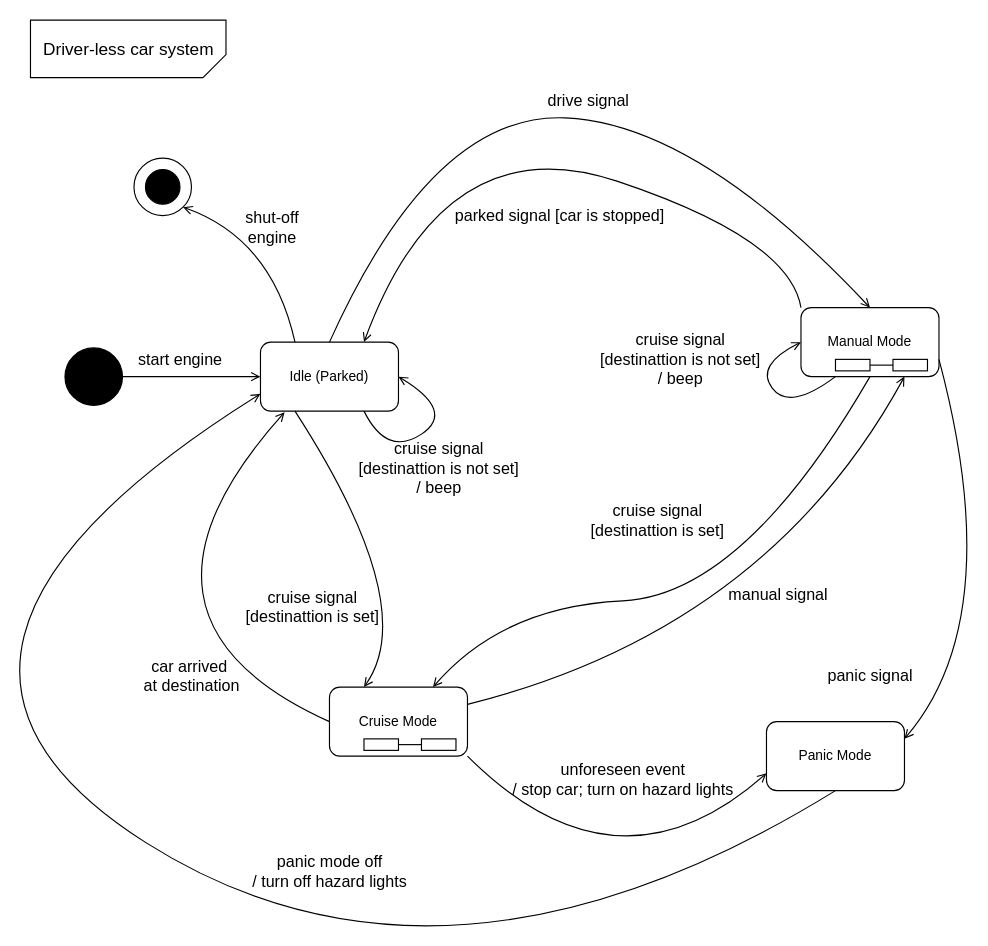
This is page "top-level" (1 of 5) of state-diagram.drawio from gordonpn/soen331-assignment2, a draw.io file, before an edit. Source tidied: cells renumbered, new cells numbered last; positions are measured from the earlier drawing's top-left corner, leaving out a move shared by most shapes. Both pictures are drawn from the tidied source at 115%, with x=0, y=0 at pixel (-154, 20).
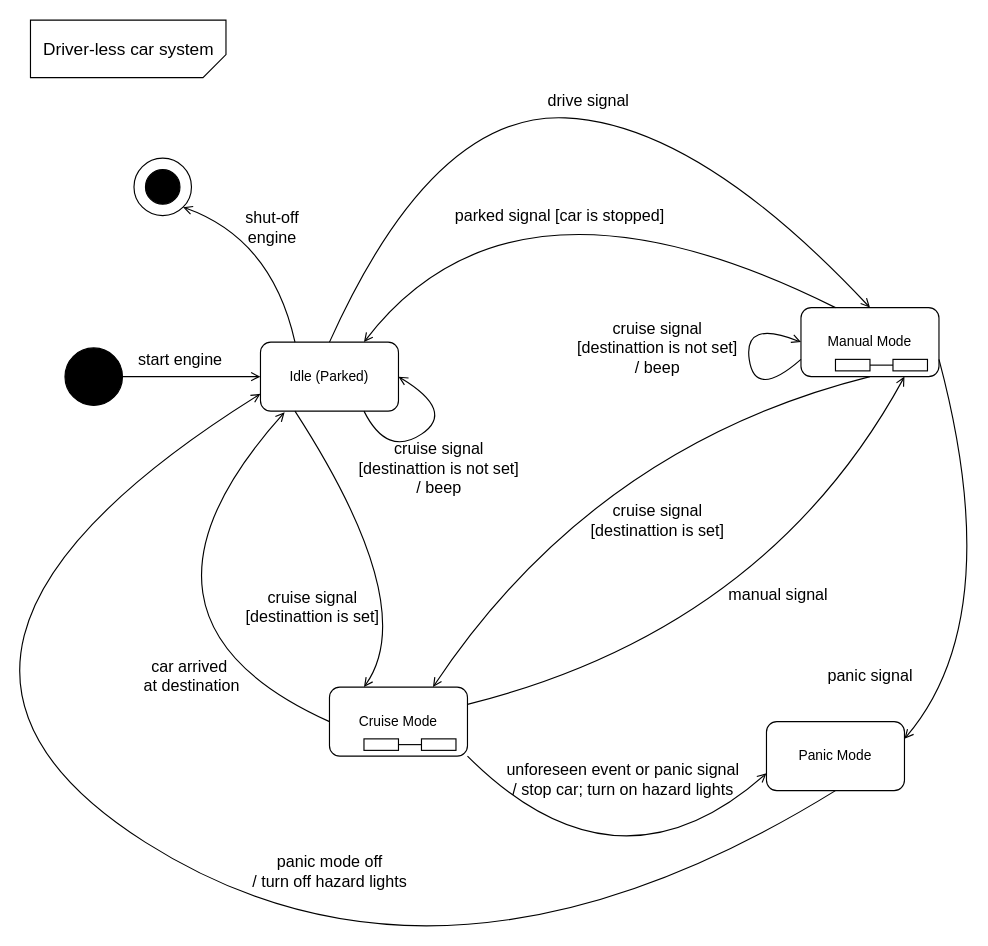
The same page after the edit.

Unchanged cells that the change refers to:
```xml
<mxCell id="5" value="Idle (Parked)" style="rounded=1;whiteSpace=wrap;html=1;shadow=0;strokeColor=#000000;fillColor=#FFFFFF;align=center;" parent="1" vertex="1">
  <mxGeometry x="360" y="280" width="120" height="60" as="geometry" />
</mxCell>
<mxCell id="6" value="Manual Mode" style="rounded=1;whiteSpace=wrap;html=1;shadow=0;strokeColor=#000000;fillColor=#FFFFFF;align=center;" parent="1" vertex="1">
  <mxGeometry x="830" y="250" width="120" height="60" as="geometry" />
</mxCell>
<mxCell id="7" value="Cruise Mode" style="rounded=1;whiteSpace=wrap;html=1;shadow=0;strokeColor=#000000;fillColor=#FFFFFF;align=center;" parent="1" vertex="1">
  <mxGeometry x="420" y="580" width="120" height="60" as="geometry" />
</mxCell>
```

Change to the diagram source:
```diff
@@
     <mxCell id="25" value="&lt;font style=&quot;font-size: 14px&quot;&gt;cruise signal &lt;br&gt;[destinattion is not set]&lt;br&gt;/ beep&lt;br&gt;&lt;/font&gt;" style="text;html=1;align=center;verticalAlign=middle;direction=south;" parent="1" vertex="1">
-      <mxGeometry x="650" y="270" width="150" height="50" as="geometry" />
+      <mxGeometry x="630" y="260" width="150" height="50" as="geometry" />
     </mxCell>
-    <mxCell id="26" style="curved=1;endArrow=open;html=1;entryX=0;entryY=0.5;entryDx=0;entryDy=0;exitX=0.25;exitY=1;exitDx=0;exitDy=0;endFill=0;" parent="1" edge="1" source="6" target="6">
+    <mxCell id="26" style="curved=1;endArrow=open;html=1;entryX=0;entryY=0.5;entryDx=0;entryDy=0;exitX=0;exitY=0.75;exitDx=0;exitDy=0;endFill=0;" parent="1" edge="1" source="6" target="6">
       <mxGeometry relative="1" as="geometry">
         <Array as="points">
-          <mxPoint x="820" y="340" />
-          <mxPoint x="790" y="300" />
+          <mxPoint x="790" y="330" />
+          <mxPoint x="780" y="260" />
         </Array>
       </mxGeometry>
     </mxCell>
@@
     <mxCell id="28" style="curved=1;endArrow=open;html=1;entryX=0.75;entryY=0;entryDx=0;entryDy=0;exitX=0.5;exitY=1;exitDx=0;exitDy=0;endFill=0;" parent="1" edge="1" source="6" target="7">
       <mxGeometry relative="1" as="geometry">
         <Array as="points">
-          <mxPoint x="780" y="500" />
-          <mxPoint x="570" y="510" />
+          <mxPoint x="650" y="370" />
         </Array>
       </mxGeometry>
     </mxCell>
@@
-    <mxCell id="31" style="curved=1;endArrow=none;html=1;endFill=0;entryX=0;entryY=0;entryDx=0;entryDy=0;exitX=0.75;exitY=0;exitDx=0;exitDy=0;startArrow=open;startFill=0;" parent="1" edge="1" source="5" target="6">
+    <mxCell id="31" style="curved=1;endArrow=none;html=1;endFill=0;entryX=0.25;entryY=0;entryDx=0;entryDy=0;exitX=0.75;exitY=0;exitDx=0;exitDy=0;startArrow=open;startFill=0;" parent="1" edge="1" source="5" target="6">
       <mxGeometry relative="1" as="geometry">
         <Array as="points">
-          <mxPoint x="520" y="90" />
-          <mxPoint x="820" y="190" />
+          <mxPoint x="580" y="110" />
         </Array>
       </mxGeometry>
     </mxCell>
@@
-    <mxCell id="34" value="&lt;font style=&quot;font-size: 14px&quot;&gt;unforeseen event &lt;br&gt;/ stop car; turn on hazard lights&lt;br&gt;&lt;/font&gt;" style="text;html=1;align=center;verticalAlign=middle;direction=south;" parent="1" vertex="1">
-      <mxGeometry x="570" y="640" width="210" height="40" as="geometry" />
+    <mxCell id="34" value="&lt;font style=&quot;font-size: 14px&quot;&gt;unforeseen event or panic signal&lt;br&gt;/ stop car; turn on hazard lights&lt;br&gt;&lt;/font&gt;" style="text;html=1;align=center;verticalAlign=middle;direction=south;" parent="1" vertex="1">
+      <mxGeometry x="565" y="640" width="220" height="40" as="geometry" />
     </mxCell>
```
